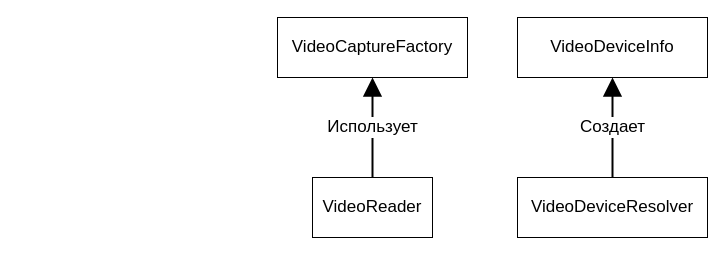
Above: page "Reading" (7 of 12) of Engineering/Packets.drawio in GoldGreen/Skeletonization (draw.io), before the change. Source tidied: cells renumbered, new cells numbered last; positions are measured from the earlier drawing's top-left corner, leaving out a move shared by most shapes. Both pictures are drawn from the tidied source at 100%, with x=0, y=0 at pixel (277, 17).
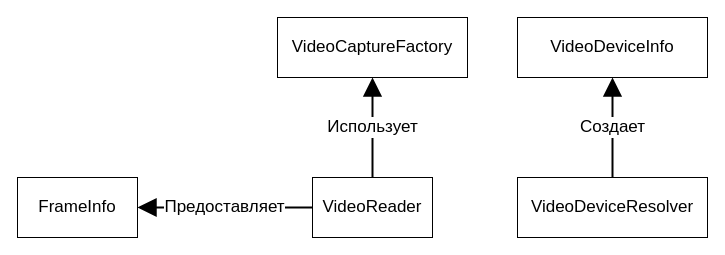
The same diagram, later.

Diff of the diagram source:
```diff
@@
 <mxGraphModel>
   <root>
     <mxCell id="0" />
     <mxCell id="1" parent="0" />
     <mxCell id="2" value="Использует" style="edgeStyle=orthogonalEdgeStyle;rounded=0;jettySize=auto;html=1;exitX=0.5;exitY=0;exitDx=0;exitDy=0;fontSize=17;endArrow=block;endFill=1;startSize=6;endSize=14;strokeWidth=2;entryX=0.5;entryY=1;entryDx=0;entryDy=0;" parent="1" edge="1" source="3" target="7">
       <mxGeometry relative="1" as="geometry" />
     </mxCell>
     <mxCell id="3" value="VideoReader" style="rounded=0;whiteSpace=wrap;html=1;fontSize=17;" parent="1" vertex="1">
       <mxGeometry x="35" y="160" width="120" height="60" as="geometry" />
     </mxCell>
     <mxCell id="4" value="Создает" style="edgeStyle=orthogonalEdgeStyle;rounded=0;jettySize=auto;html=1;exitX=0.5;exitY=0;exitDx=0;exitDy=0;entryX=0.5;entryY=1;entryDx=0;entryDy=0;fontSize=17;endArrow=block;endFill=1;startSize=6;endSize=14;strokeWidth=2;" parent="1" edge="1" source="5" target="6">
       <mxGeometry relative="1" as="geometry" />
     </mxCell>
     <mxCell id="5" value="VideoDeviceResolver" style="rounded=0;whiteSpace=wrap;html=1;fontSize=17;" parent="1" vertex="1">
       <mxGeometry x="240" y="160" width="190" height="60" as="geometry" />
     </mxCell>
     <mxCell id="6" value="VideoDeviceInfo" style="rounded=0;whiteSpace=wrap;html=1;fontSize=17;" parent="1" vertex="1">
       <mxGeometry x="240" width="190" height="60" as="geometry" />
     </mxCell>
     <mxCell id="7" value="VideoCaptureFactory" style="rounded=0;whiteSpace=wrap;html=1;fontSize=17;" parent="1" vertex="1">
       <mxGeometry width="190" height="60" as="geometry" />
     </mxCell>
+    <mxCell id="8" value="FrameInfo" style="rounded=0;whiteSpace=wrap;html=1;fontSize=17;" parent="1" vertex="1">
+      <mxGeometry x="-260" y="160" width="120" height="60" as="geometry" />
+    </mxCell>
+    <mxCell id="9" value="Предоставляет" style="edgeStyle=orthogonalEdgeStyle;rounded=0;jettySize=auto;html=1;fontSize=17;endArrow=block;endFill=1;startSize=6;endSize=14;strokeWidth=2;entryX=1;entryY=0.5;entryDx=0;entryDy=0;exitX=0;exitY=0.5;exitDx=0;exitDy=0;" parent="1" edge="1" source="3" target="8">
+      <mxGeometry relative="1" as="geometry" />
+    </mxCell>
   </root>
 </mxGraphModel>
```
